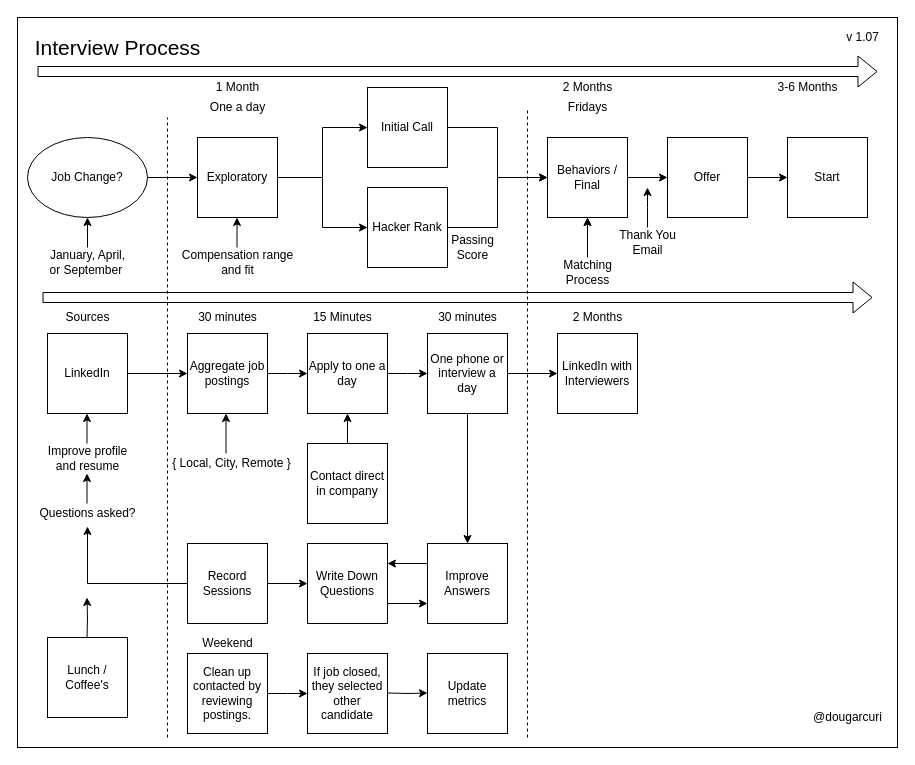
The draw.io diagram interviews/diagrams/interviewing-process.drawio in solidi/learning-notes, before the edit. Source tidied: cells renumbered, new cells numbered last; positions are measured from the earlier drawing's top-left corner, leaving out a move shared by most shapes. Both pictures are drawn from the tidied source at 100%, with x=0, y=0 at pixel (17, 17).
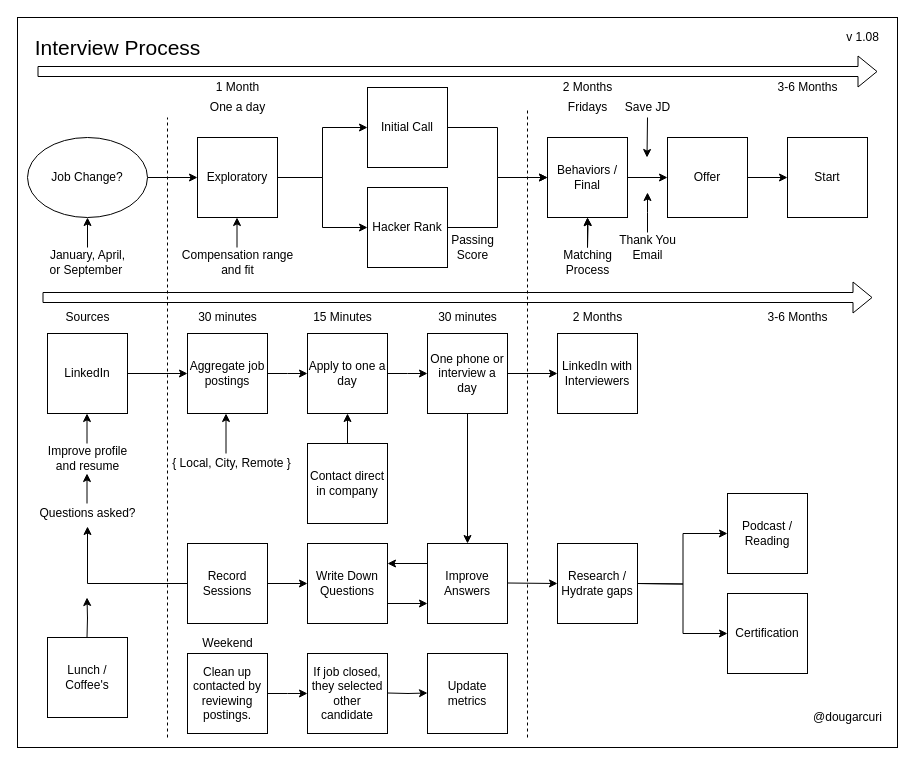
The same page after the edit.

Commit message (it also covers changes not shown here):
Add research notes and outcomes in diagram

Unchanged cells that the change refers to:
```xml
<mxCell id="11" value="Behaviors / Final" style="whiteSpace=wrap;html=1;" parent="1" vertex="1">
  <mxGeometry x="530" y="120" width="80" height="80" as="geometry" />
</mxCell>
```

Change to the diagram source:
```diff
@@
-    <mxCell id="44" style="edgeStyle=orthogonalEdgeStyle;rounded=0;jettySize=auto;html=1;" parent="1" edge="1" source="45" target="11">
-      <mxGeometry relative="1" as="geometry" />
+    <mxCell id="44" style="edgeStyle=orthogonalEdgeStyle;rounded=0;jettySize=auto;html=1;" parent="1" edge="1" target="11">
+      <mxGeometry relative="1" as="geometry">
+        <mxPoint x="570" y="230" as="sourcePoint" />
+      </mxGeometry>
     </mxCell>
     <mxCell id="45" value="Matching&lt;br&gt;Process" style="text;html=1;align=center;verticalAlign=middle;points=[];" parent="1" vertex="1">
-      <mxGeometry x="540" y="240" width="60" height="30" as="geometry" />
+      <mxGeometry x="540" y="230" width="60" height="30" as="geometry" />
     </mxCell>
@@
-    <mxCell id="51" value="v 1.07" style="text;html=1;align=center;verticalAlign=middle;" parent="1" vertex="1">
+    <mxCell id="51" value="v 1.08" style="text;html=1;align=center;verticalAlign=middle;" parent="1" vertex="1">
       <mxGeometry x="820" y="10" width="50" height="20" as="geometry" />
     </mxCell>
@@
     <mxCell id="74" style="edgeStyle=orthogonalEdgeStyle;rounded=0;jettySize=auto;html=1;" parent="1" edge="1" source="75">
       <mxGeometry relative="1" as="geometry">
-        <mxPoint x="630" y="170" as="targetPoint" />
+        <mxPoint x="630" y="175" as="targetPoint" />
       </mxGeometry>
     </mxCell>
     <mxCell id="75" value="Thank You&lt;br&gt;Email" style="text;html=1;align=center;verticalAlign=middle;points=[];" parent="1" vertex="1">
-      <mxGeometry x="595" y="210" width="70" height="30" as="geometry" />
+      <mxGeometry x="595" y="215" width="70" height="30" as="geometry" />
     </mxCell>
@@
+    <mxCell id="77" style="endArrow=classic;html=1;" parent="1" edge="1">
+      <mxGeometry relative="1" as="geometry">
+        <mxPoint x="630" y="100" as="sourcePoint" />
+        <mxPoint x="629.5" y="140" as="targetPoint" />
+      </mxGeometry>
+    </mxCell>
+    <mxCell id="78" value="Save JD" style="text;html=1;align=center;verticalAlign=middle;" parent="1" vertex="1">
+      <mxGeometry x="600" y="80" width="60" height="20" as="geometry" />
+    </mxCell>
+    <mxCell id="79" value="Research / Hydrate gaps" style="whiteSpace=wrap;html=1;" parent="1" vertex="1">
+      <mxGeometry x="540" y="526" width="80" height="80" as="geometry" />
+    </mxCell>
+    <mxCell id="80" style="edgeStyle=orthogonalEdgeStyle;rounded=0;jettySize=auto;html=1;exitX=1;exitY=0.5;exitDx=0;exitDy=0;entryX=0;entryY=0.5;entryDx=0;entryDy=0;" parent="1" edge="1" target="79">
+      <mxGeometry relative="1" as="geometry">
+        <mxPoint x="490" y="565.5" as="sourcePoint" />
+      </mxGeometry>
+    </mxCell>
+    <mxCell id="81" style="edgeStyle=orthogonalEdgeStyle;rounded=0;jettySize=auto;html=1;exitX=1;exitY=0.5;exitDx=0;exitDy=0;entryX=0;entryY=0.5;entryDx=0;entryDy=0;" parent="1" edge="1" target="84">
+      <mxGeometry relative="1" as="geometry">
+        <mxPoint x="620" y="566" as="sourcePoint" />
+      </mxGeometry>
+    </mxCell>
+    <mxCell id="82" style="edgeStyle=orthogonalEdgeStyle;rounded=0;jettySize=auto;html=1;exitX=1;exitY=0.5;exitDx=0;exitDy=0;entryX=0;entryY=0.5;entryDx=0;entryDy=0;" parent="1" edge="1" target="83">
+      <mxGeometry relative="1" as="geometry">
+        <mxPoint x="620" y="566" as="sourcePoint" />
+      </mxGeometry>
+    </mxCell>
+    <mxCell id="83" value="Podcast / Reading" style="whiteSpace=wrap;html=1;" parent="1" vertex="1">
+      <mxGeometry x="710" y="476" width="80" height="80" as="geometry" />
+    </mxCell>
+    <mxCell id="84" value="Certification" style="whiteSpace=wrap;html=1;" parent="1" vertex="1">
+      <mxGeometry x="710" y="576" width="80" height="80" as="geometry" />
+    </mxCell>
+    <mxCell id="85" value="3-6 Months" style="text;html=1;align=center;verticalAlign=middle;" parent="1" vertex="1">
+      <mxGeometry x="740" y="290" width="80" height="20" as="geometry" />
+    </mxCell>
```
